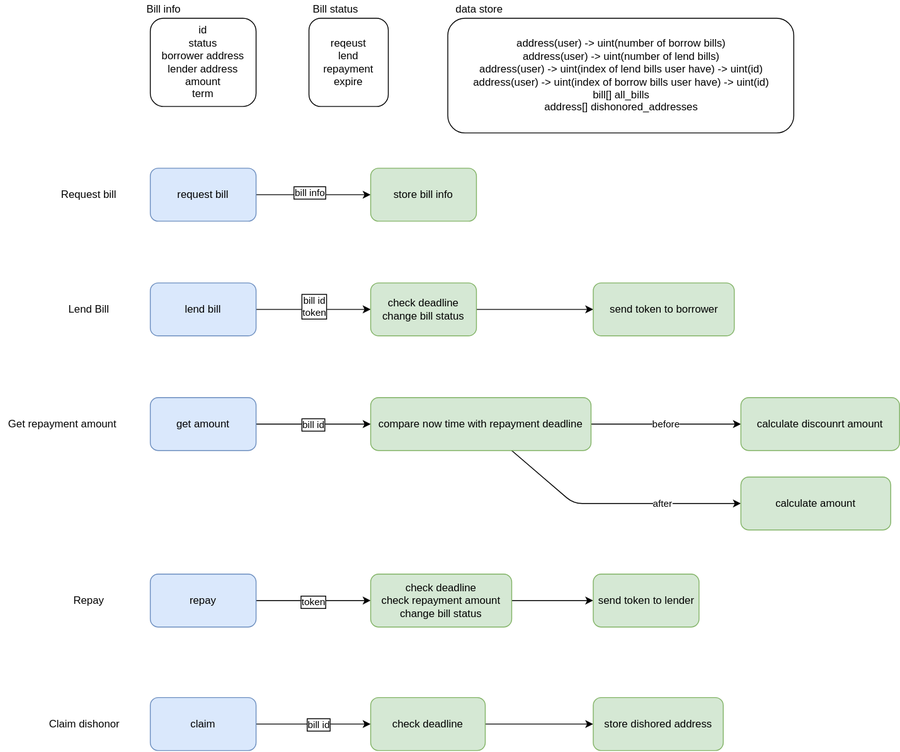
Earlier version of the draw.io export drawing/contract.drawio.svg (unchain-tech/AVAX-Subnet). Source tidied: cells renumbered, new cells last; positions are measured from the earlier drawing's top-left corner, leaving out a move shared by most shapes.
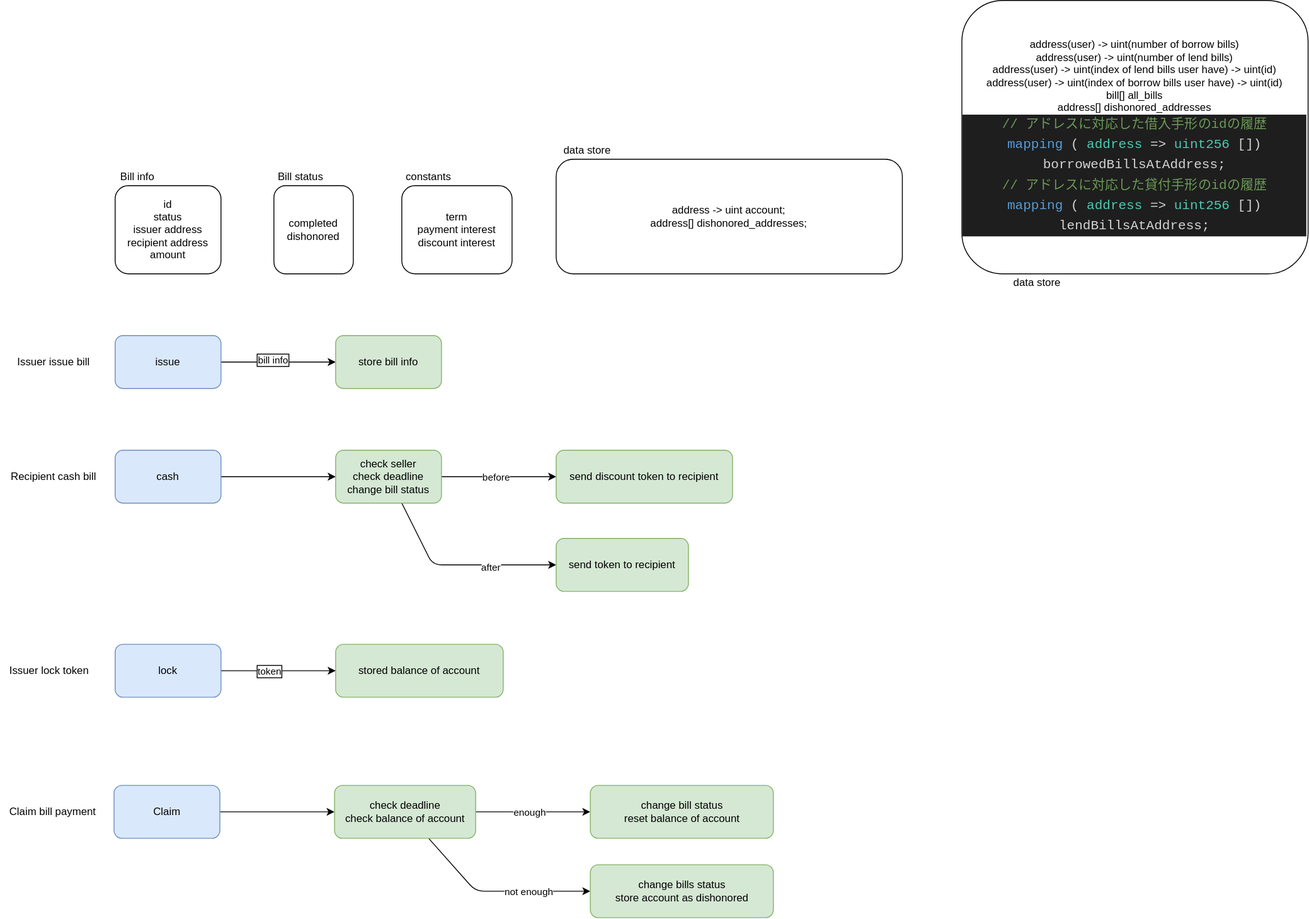
The same diagram one commit later.

Commit message:
fix bill system

What changed in the source:
```diff
@@ -8,128 +8,133 @@
     <mxCell id="3" value="bill info" style="edgeLabel;html=1;align=center;verticalAlign=middle;labelBorderColor=default;fontSize=11;" parent="2" vertex="1">
       <mxGeometry x="-0.09" y="3" relative="1" as="geometry" />
     </mxCell>
-    <mxCell id="4" value="request bill" style="rounded=1;whiteSpace=wrap;html=1;fillColor=#dae8fc;strokeColor=#6c8ebf;" parent="1" vertex="1">
+    <mxCell id="4" value="issue" style="rounded=1;whiteSpace=wrap;html=1;fillColor=#dae8fc;strokeColor=#6c8ebf;" parent="1" vertex="1">
       <mxGeometry x="170" y="190" width="120" height="60" as="geometry" />
     </mxCell>
-    <mxCell id="5" value="Request bill" style="text;html=1;align=center;verticalAlign=middle;strokeColor=none;fillColor=none;" parent="1" vertex="1">
-      <mxGeometry x="60" y="210" width="80" height="20" as="geometry" />
+    <mxCell id="5" value="Issuer issue bill" style="text;html=1;align=center;verticalAlign=middle;strokeColor=none;fillColor=none;" parent="1" vertex="1">
+      <mxGeometry x="50" y="210" width="100" height="20" as="geometry" />
     </mxCell>
     <mxCell id="6" value="store bill info" style="rounded=1;whiteSpace=wrap;html=1;fillColor=#d5e8d4;strokeColor=#82b366;" parent="1" vertex="1">
       <mxGeometry x="420" y="190" width="120" height="60" as="geometry" />
     </mxCell>
-    <mxCell id="7" value="id&lt;br&gt;status&lt;br&gt;borrower address&lt;br&gt;lender address&lt;br&gt;amount&lt;br&gt;term" style="rounded=1;whiteSpace=wrap;html=1;" parent="1" vertex="1">
+    <mxCell id="7" value="id&lt;br&gt;status&lt;br&gt;issuer&amp;nbsp;address&lt;br&gt;recipient&amp;nbsp;address&lt;br&gt;amount" style="rounded=1;whiteSpace=wrap;html=1;" parent="1" vertex="1">
       <mxGeometry x="170" y="20" width="120" height="100" as="geometry" />
     </mxCell>
     <mxCell id="8" value="Bill info" style="text;html=1;align=center;verticalAlign=middle;strokeColor=none;fillColor=none;" parent="1" vertex="1">
-      <mxGeometry x="160" width="50" height="20" as="geometry" />
+      <mxGeometry x="170" width="50" height="20" as="geometry" />
     </mxCell>
     <mxCell id="9" style="edgeStyle=none;html=1;entryX=0;entryY=0.5;entryDx=0;entryDy=0;" parent="1" edge="1" source="11" target="14">
       <mxGeometry relative="1" as="geometry" />
     </mxCell>
-    <mxCell id="10" value="bill id&lt;br&gt;token" style="edgeLabel;html=1;align=center;verticalAlign=middle;fontSize=11;labelBorderColor=default;" parent="9" vertex="1">
-      <mxGeometry x="0.02" y="4" relative="1" as="geometry" />
-    </mxCell>
-    <mxCell id="11" value="lend bill" style="rounded=1;whiteSpace=wrap;html=1;fillColor=#dae8fc;strokeColor=#6c8ebf;" parent="1" vertex="1">
+    <mxCell id="11" value="cash" style="rounded=1;whiteSpace=wrap;html=1;fillColor=#dae8fc;strokeColor=#6c8ebf;" parent="1" vertex="1">
       <mxGeometry x="170" y="320" width="120" height="60" as="geometry" />
     </mxCell>
-    <mxCell id="12" value="Lend Bill" style="text;html=1;align=center;verticalAlign=middle;strokeColor=none;fillColor=none;" parent="1" vertex="1">
-      <mxGeometry x="70" y="340" width="60" height="20" as="geometry" />
+    <mxCell id="12" value="Recipient cash bill" style="text;html=1;align=center;verticalAlign=middle;strokeColor=none;fillColor=none;" parent="1" vertex="1">
+      <mxGeometry x="45" y="340" width="110" height="20" as="geometry" />
     </mxCell>
     <mxCell id="13" style="edgeStyle=none;html=1;" parent="1" edge="1" source="14" target="15">
       <mxGeometry relative="1" as="geometry" />
     </mxCell>
+    <mxCell id="24" value="before" style="edgeLabel;html=1;align=center;verticalAlign=middle;" parent="13" vertex="1">
+      <mxGeometry x="-0.22" y="-2" relative="1" as="geometry">
+        <mxPoint x="10" y="-2" as="offset" />
+      </mxGeometry>
+    </mxCell>
+    <mxCell id="43" style="edgeStyle=none;html=1;entryX=0;entryY=0.5;entryDx=0;entryDy=0;" parent="1" edge="1" source="14" target="47">
+      <mxGeometry relative="1" as="geometry">
+        <Array as="points">
+          <mxPoint x="530" y="450" />
+        </Array>
+      </mxGeometry>
+    </mxCell>
+    <mxCell id="25" value="after" style="edgeLabel;html=1;align=center;verticalAlign=middle;" parent="43" vertex="1">
+      <mxGeometry x="0.32" y="-2" relative="1" as="geometry" />
+    </mxCell>
-    <mxCell id="14" value="check deadline&lt;br&gt;change bill status" style="rounded=1;whiteSpace=wrap;html=1;fillColor=#d5e8d4;strokeColor=#82b366;" parent="1" vertex="1">
+    <mxCell id="14" value="check seller&lt;br&gt;check deadline&lt;br&gt;change bill status" style="rounded=1;whiteSpace=wrap;html=1;fillColor=#d5e8d4;strokeColor=#82b366;" parent="1" vertex="1">
       <mxGeometry x="420" y="320" width="120" height="60" as="geometry" />
     </mxCell>
-    <mxCell id="15" value="send token to borrower" style="rounded=1;whiteSpace=wrap;html=1;fillColor=#d5e8d4;strokeColor=#82b366;" parent="1" vertex="1">
-      <mxGeometry x="672.5" y="320" width="160" height="60" as="geometry" />
+    <mxCell id="15" value="send discount token to recipient" style="rounded=1;whiteSpace=wrap;html=1;fillColor=#d5e8d4;strokeColor=#82b366;" parent="1" vertex="1">
+      <mxGeometry x="670" y="320" width="200" height="60" as="geometry" />
     </mxCell>
-    <mxCell id="16" value="address(user) -&amp;gt; uint(number of borrow bills)&lt;br&gt;address(user) -&amp;gt; uint(number of lend bills)&lt;br&gt;address(user) -&amp;gt; uint(index of lend bills user have) -&amp;gt; uint(id)&lt;br&gt;address(user) -&amp;gt; uint(index of borrow bills user have) -&amp;gt; uint(id)&lt;br&gt;bill[] all_bills&lt;br&gt;address[] dishonored_addresses" style="rounded=1;whiteSpace=wrap;html=1;" parent="1" vertex="1">
-      <mxGeometry x="507.5" y="20" width="392.5" height="130" as="geometry" />
+    <mxCell id="16" value="address(user) -&amp;gt; uint(number of borrow bills)&lt;br&gt;address(user) -&amp;gt; uint(number of lend bills)&lt;br&gt;address(user) -&amp;gt; uint(index of lend bills user have) -&amp;gt; uint(id)&lt;br&gt;address(user) -&amp;gt; uint(index of borrow bills user have) -&amp;gt; uint(id)&lt;br&gt;bill[] all_bills&lt;br&gt;address[] dishonored_addresses&lt;br&gt;&lt;div style=&quot;color: rgb(212 , 212 , 212) ; background-color: rgb(30 , 30 , 30) ; font-family: &amp;#34;menlo&amp;#34; , &amp;#34;monaco&amp;#34; , &amp;#34;courier new&amp;#34; , monospace ; font-size: 15px ; line-height: 23px&quot;&gt;&lt;div&gt;    &lt;span style=&quot;color: #6a9955&quot;&gt;// アドレスに対応した借入手形のidの履歴&lt;/span&gt;&lt;/div&gt;&lt;div&gt;    &lt;span style=&quot;color: #569cd6&quot;&gt;mapping&lt;/span&gt;(&lt;span style=&quot;color: #4ec9b0&quot;&gt;address&lt;/span&gt; =&amp;gt; &lt;span style=&quot;color: #4ec9b0&quot;&gt;uint256&lt;/span&gt;[]) borrowedBillsAtAddress;&lt;/div&gt;&lt;div&gt;    &lt;span style=&quot;color: #6a9955&quot;&gt;// アドレスに対応した貸付手形のidの履歴&lt;/span&gt;&lt;/div&gt;&lt;div&gt;    &lt;span style=&quot;color: #569cd6&quot;&gt;mapping&lt;/span&gt;(&lt;span style=&quot;color: #4ec9b0&quot;&gt;address&lt;/span&gt; =&amp;gt; &lt;span style=&quot;color: #4ec9b0&quot;&gt;uint256&lt;/span&gt;[]) lendBillsAtAddress;&lt;/div&gt;&lt;/div&gt;" style="rounded=1;whiteSpace=wrap;html=1;" parent="1" vertex="1">
+      <mxGeometry x="1130" y="-190" width="392.5" height="310" as="geometry" />
     </mxCell>
     <mxCell id="17" value="data store" style="text;html=1;align=center;verticalAlign=middle;strokeColor=none;fillColor=none;" parent="1" vertex="1">
-      <mxGeometry x="507.5" width="70" height="20" as="geometry" />
+      <mxGeometry x="1180" y="120" width="70" height="20" as="geometry" />
     </mxCell>
     <mxCell id="18" style="edgeStyle=none;html=1;entryX=0;entryY=0.5;entryDx=0;entryDy=0;" parent="1" edge="1" source="20" target="23">
       <mxGeometry relative="1" as="geometry" />
     </mxCell>
-    <mxCell id="19" value="token" style="edgeLabel;html=1;align=center;verticalAlign=middle;fontSize=11;labelBorderColor=default;" parent="18" vertex="1">
-      <mxGeometry x="-0.01" y="-1" relative="1" as="geometry" />
-    </mxCell>
-    <mxCell id="20" value="repay" style="rounded=1;whiteSpace=wrap;html=1;fillColor=#dae8fc;strokeColor=#6c8ebf;" parent="1" vertex="1">
-      <mxGeometry x="170" y="650" width="120" height="60" as="geometry" />
+    <mxCell id="20" value="Claim" style="rounded=1;whiteSpace=wrap;html=1;fillColor=#dae8fc;strokeColor=#6c8ebf;" parent="1" vertex="1">
+      <mxGeometry x="168.8" y="700" width="120" height="60" as="geometry" />
     </mxCell>
-    <mxCell id="21" value="Repay" style="text;html=1;align=center;verticalAlign=middle;strokeColor=none;fillColor=none;" parent="1" vertex="1">
-      <mxGeometry x="75" y="670" width="50" height="20" as="geometry" />
+    <mxCell id="21" value="Claim bill payment" style="text;html=1;align=center;verticalAlign=middle;strokeColor=none;fillColor=none;" parent="1" vertex="1">
+      <mxGeometry x="43.8" y="720" width="110" height="20" as="geometry" />
     </mxCell>
     <mxCell id="22" style="edgeStyle=none;html=1;" parent="1" edge="1" source="23" target="33">
       <mxGeometry relative="1" as="geometry" />
     </mxCell>
+    <mxCell id="44" value="enough" style="edgeLabel;html=1;align=center;verticalAlign=middle;" parent="22" vertex="1">
+      <mxGeometry x="-0.29" relative="1" as="geometry">
+        <mxPoint x="14" as="offset" />
+      </mxGeometry>
+    </mxCell>
+    <mxCell id="45" style="edgeStyle=none;html=1;entryX=0;entryY=0.5;entryDx=0;entryDy=0;" parent="1" edge="1" source="23" target="52">
+      <mxGeometry relative="1" as="geometry">
+        <Array as="points">
+          <mxPoint x="578.8" y="820" />
+        </Array>
+      </mxGeometry>
+    </mxCell>
+    <mxCell id="46" value="not enough" style="edgeLabel;html=1;align=center;verticalAlign=middle;" parent="45" vertex="1">
+      <mxGeometry x="0.29" y="1" relative="1" as="geometry">
+        <mxPoint x="4" y="1" as="offset" />
+      </mxGeometry>
+    </mxCell>
-    <mxCell id="23" value="check deadline&lt;br&gt;check repayment amount&lt;br&gt;change bill status" style="rounded=1;whiteSpace=wrap;html=1;fillColor=#d5e8d4;strokeColor=#82b366;" parent="1" vertex="1">
-      <mxGeometry x="420" y="650" width="160" height="60" as="geometry" />
+    <mxCell id="23" value="check deadline&lt;br&gt;check balance of account" style="rounded=1;whiteSpace=wrap;html=1;fillColor=#d5e8d4;strokeColor=#82b366;" parent="1" vertex="1">
+      <mxGeometry x="418.8" y="700" width="160" height="60" as="geometry" />
     </mxCell>
-    <mxCell id="24" value="before" style="edgeStyle=none;html=1;entryX=0;entryY=0.5;entryDx=0;entryDy=0;" parent="1" edge="1" source="26" target="28">
-      <mxGeometry relative="1" as="geometry" />
-    </mxCell>
-    <mxCell id="25" value="after" style="edgeStyle=none;html=1;entryX=0;entryY=0.5;entryDx=0;entryDy=0;" parent="1" edge="1" source="26" target="29">
-      <mxGeometry x="0.37" relative="1" as="geometry">
-        <Array as="points">
-          <mxPoint x="650" y="570" />
-        </Array>
-      </mxGeometry>
-    </mxCell>
-    <mxCell id="26" value="compare now time with repayment deadline" style="rounded=1;whiteSpace=wrap;html=1;fillColor=#d5e8d4;strokeColor=#82b366;" parent="1" vertex="1">
-      <mxGeometry x="420" y="450" width="250" height="60" as="geometry" />
-    </mxCell>
-    <mxCell id="27" value="Get repayment amount&amp;nbsp;" style="text;html=1;align=center;verticalAlign=middle;strokeColor=none;fillColor=none;" parent="1" vertex="1">
-      <mxGeometry y="470" width="140" height="20" as="geometry" />
-    </mxCell>
-    <mxCell id="28" value="calculate discounrt amount" style="rounded=1;whiteSpace=wrap;html=1;fillColor=#d5e8d4;strokeColor=#82b366;" parent="1" vertex="1">
-      <mxGeometry x="840" y="450" width="180" height="60" as="geometry" />
-    </mxCell>
-    <mxCell id="29" value="calculate amount" style="rounded=1;whiteSpace=wrap;html=1;fillColor=#d5e8d4;strokeColor=#82b366;" parent="1" vertex="1">
-      <mxGeometry x="840" y="540" width="170" height="60" as="geometry" />
-    </mxCell>
-    <mxCell id="30" style="edgeStyle=none;html=1;" parent="1" edge="1" source="31" target="42">
-      <mxGeometry relative="1" as="geometry" />
-    </mxCell>
-    <mxCell id="31" value="&lt;span&gt;check deadline&lt;/span&gt;" style="rounded=1;whiteSpace=wrap;html=1;fillColor=#d5e8d4;strokeColor=#82b366;" parent="1" vertex="1">
-      <mxGeometry x="420" y="790" width="130" height="60" as="geometry" />
+    <mxCell id="31" value="&lt;span&gt;stored balance of account&lt;/span&gt;" style="rounded=1;whiteSpace=wrap;html=1;fillColor=#d5e8d4;strokeColor=#82b366;" parent="1" vertex="1">
+      <mxGeometry x="420" y="540" width="190" height="60" as="geometry" />
     </mxCell>
-    <mxCell id="32" value="Claim&amp;nbsp;dishonor" style="text;html=1;align=center;verticalAlign=middle;strokeColor=none;fillColor=none;" parent="1" vertex="1">
-      <mxGeometry x="45" y="810" width="100" height="20" as="geometry" />
+    <mxCell id="32" value="Issuer lock token" style="text;html=1;align=center;verticalAlign=middle;strokeColor=none;fillColor=none;" parent="1" vertex="1">
+      <mxGeometry x="40" y="560" width="110" height="20" as="geometry" />
     </mxCell>
-    <mxCell id="33" value="send token to lender" style="rounded=1;whiteSpace=wrap;html=1;fillColor=#d5e8d4;strokeColor=#82b366;" parent="1" vertex="1">
-      <mxGeometry x="672.5" y="650" width="120" height="60" as="geometry" />
+    <mxCell id="33" value="&lt;span&gt;change bill status&lt;br&gt;reset balance of account&lt;br&gt;&lt;/span&gt;" style="rounded=1;whiteSpace=wrap;html=1;fillColor=#d5e8d4;strokeColor=#82b366;" parent="1" vertex="1">
+      <mxGeometry x="708.8" y="700" width="207.5" height="60" as="geometry" />
     </mxCell>
-    <mxCell id="34" value="reqeust&lt;br&gt;lend&lt;br&gt;repayment&lt;br&gt;expire" style="rounded=1;whiteSpace=wrap;html=1;" parent="1" vertex="1">
+    <mxCell id="34" value="completed&lt;br&gt;dishonored" style="rounded=1;whiteSpace=wrap;html=1;" parent="1" vertex="1">
       <mxGeometry x="350" y="20" width="90" height="100" as="geometry" />
     </mxCell>
     <mxCell id="35" value="Bill status" style="text;html=1;align=center;verticalAlign=middle;strokeColor=none;fillColor=none;" parent="1" vertex="1">
       <mxGeometry x="345" width="70" height="20" as="geometry" />
     </mxCell>
-    <mxCell id="36" style="edgeStyle=none;html=1;fontSize=11;" parent="1" edge="1" source="38" target="26">
-      <mxGeometry relative="1" as="geometry" />
-    </mxCell>
-    <mxCell id="37" value="bill id" style="edgeLabel;html=1;align=center;verticalAlign=middle;fontSize=11;labelBorderColor=default;" parent="36" vertex="1">
-      <mxGeometry x="-0.03" relative="1" as="geometry" />
-    </mxCell>
-    <mxCell id="38" value="get amount" style="rounded=1;whiteSpace=wrap;html=1;fillColor=#dae8fc;strokeColor=#6c8ebf;" parent="1" vertex="1">
-      <mxGeometry x="170" y="450" width="120" height="60" as="geometry" />
-    </mxCell>
     <mxCell id="39" style="edgeStyle=none;html=1;fontSize=11;" parent="1" edge="1" source="41" target="31">
       <mxGeometry relative="1" as="geometry" />
     </mxCell>
-    <mxCell id="40" value="bill id" style="edgeLabel;html=1;align=center;verticalAlign=middle;fontSize=11;labelBorderColor=default;" parent="39" vertex="1">
-      <mxGeometry x="-0.11" relative="1" as="geometry">
-        <mxPoint x="12" as="offset" />
-      </mxGeometry>
-    </mxCell>
+    <mxCell id="19" value="token" style="edgeLabel;html=1;align=center;verticalAlign=middle;labelBorderColor=default;" parent="39" vertex="1">
+      <mxGeometry x="-0.17" relative="1" as="geometry" />
+    </mxCell>
-    <mxCell id="41" value="claim" style="rounded=1;whiteSpace=wrap;html=1;fillColor=#dae8fc;strokeColor=#6c8ebf;" parent="1" vertex="1">
-      <mxGeometry x="170" y="790" width="120" height="60" as="geometry" />
+    <mxCell id="41" value="lock" style="rounded=1;whiteSpace=wrap;html=1;fillColor=#dae8fc;strokeColor=#6c8ebf;" parent="1" vertex="1">
+      <mxGeometry x="170" y="540" width="120" height="60" as="geometry" />
     </mxCell>
-    <mxCell id="42" value="store dishored address" style="rounded=1;whiteSpace=wrap;html=1;fillColor=#d5e8d4;strokeColor=#82b366;" parent="1" vertex="1">
-      <mxGeometry x="672.5" y="790" width="147.5" height="60" as="geometry" />
-    </mxCell>
+    <mxCell id="47" value="send token to recipient" style="rounded=1;whiteSpace=wrap;html=1;fillColor=#d5e8d4;strokeColor=#82b366;" parent="1" vertex="1">
+      <mxGeometry x="670" y="420" width="150" height="60" as="geometry" />
+    </mxCell>
+    <mxCell id="48" value="term&lt;br&gt;payment interest&lt;br&gt;discount interest" style="rounded=1;whiteSpace=wrap;html=1;" parent="1" vertex="1">
+      <mxGeometry x="495" y="20" width="125" height="100" as="geometry" />
+    </mxCell>
+    <mxCell id="49" value="constants" style="text;html=1;align=center;verticalAlign=middle;strokeColor=none;fillColor=none;" parent="1" vertex="1">
+      <mxGeometry x="490" width="70" height="20" as="geometry" />
+    </mxCell>
+    <mxCell id="50" value="address -&amp;gt; uint account;&lt;br&gt;address[] dishonored_addresses;" style="rounded=1;whiteSpace=wrap;html=1;" parent="1" vertex="1">
+      <mxGeometry x="670" y="-10" width="392.5" height="130" as="geometry" />
+    </mxCell>
+    <mxCell id="51" value="data store" style="text;html=1;align=center;verticalAlign=middle;strokeColor=none;fillColor=none;" parent="1" vertex="1">
+      <mxGeometry x="670" y="-30" width="70" height="20" as="geometry" />
+    </mxCell>
+    <mxCell id="52" value="&lt;span&gt;change bills status&lt;br&gt;store account as dishonored&lt;br&gt;&lt;/span&gt;" style="rounded=1;whiteSpace=wrap;html=1;fillColor=#d5e8d4;strokeColor=#82b366;" parent="1" vertex="1">
+      <mxGeometry x="708.8" y="790" width="207.5" height="60" as="geometry" />
+    </mxCell>
   </root>
 </mxGraphModel>
```
